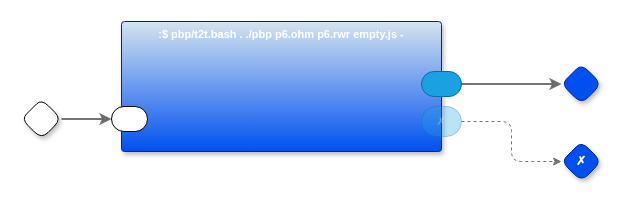
Before: page "To Javascript" (2 of 2) of p6.drawio in guitarvydas/p6, a draw.io diagram. Source tidied: cells renumbered, new cells numbered last; positions are measured from the earlier drawing's top-left corner, leaving out a move shared by most shapes. Both pictures are drawn from the tidied source at 100%, with x=0, y=0 at pixel (21, 21).
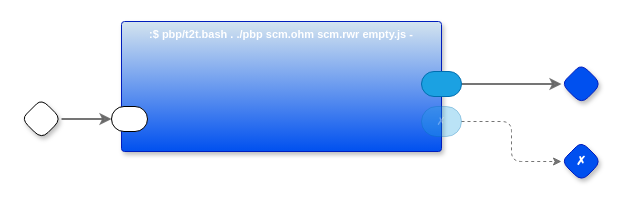
After the change.

What changed in the source:
```diff
@@
 <mxGraphModel>
   <root>
     <mxCell id="0" />
     <mxCell id="1" parent="0" />
     <mxCell id="2" style="edgeStyle=orthogonalEdgeStyle;shape=connector;rounded=1;jumpStyle=arc;jettySize=auto;html=1;exitX=1;exitY=0.5;exitDx=0;exitDy=0;exitPerimeter=0;entryX=0;entryY=0.5;entryDx=0;entryDy=0;entryPerimeter=0;labelBackgroundColor=default;strokeColor=#666666;strokeWidth=2;fontFamily=Helvetica;fontSize=11;fontColor=default;endArrow=classic;fillColor=#f5f5f5;opacity=90;" parent="1" edge="1" source="3" target="9">
       <mxGeometry relative="1" as="geometry" />
     </mxCell>
     <mxCell id="3" style="rhombus;whiteSpace=wrap;html=1;rounded=1;fontStyle=1;glass=0;sketch=0;fontSize=12;points=[[0,0.5,0,0,0],[0.5,0,0,0,0],[0.5,1,0,0,0],[1,0.5,0,0,0]];shadow=1;fontFamily=Helvetica;fontColor=default;" parent="1" vertex="1">
       <mxGeometry y="77.5" width="40" height="40" as="geometry" />
     </mxCell>
     <mxCell id="4" style="rhombus;whiteSpace=wrap;html=1;rounded=1;fillColor=#0050ef;fontColor=#ffffff;strokeColor=#001DBC;fontStyle=1;glass=0;sketch=0;fontSize=12;points=[[0,0.5,0,0,0],[0.5,0,0,0,0],[0.5,1,0,0,0],[1,0.5,0,0,0]];shadow=1;fontFamily=Helvetica;" parent="1" vertex="1">
       <mxGeometry x="540" y="42.5" width="40" height="40" as="geometry" />
     </mxCell>
     <mxCell id="5" style="edgeStyle=orthogonalEdgeStyle;shape=connector;rounded=1;jumpStyle=arc;jettySize=auto;html=1;exitX=1;exitY=0.5;exitDx=0;exitDy=0;exitPerimeter=0;entryX=0;entryY=0.5;entryDx=0;entryDy=0;entryPerimeter=0;labelBackgroundColor=default;strokeColor=#666666;strokeWidth=2;fontFamily=Helvetica;fontSize=11;fontColor=default;endArrow=classic;fillColor=#f5f5f5;opacity=90;" parent="1" edge="1" source="10" target="4">
       <mxGeometry relative="1" as="geometry" />
     </mxCell>
     <mxCell id="6" value="✗" style="rhombus;whiteSpace=wrap;html=1;rounded=1;fillColor=#0050ef;fontColor=#ffffff;strokeColor=#001DBC;fontStyle=1;glass=0;sketch=0;fontSize=12;points=[[0,0.5,0,0,0],[0.5,0,0,0,0],[0.5,1,0,0,0],[1,0.5,0,0,0]];shadow=1;fontFamily=Helvetica;" parent="1" vertex="1">
       <mxGeometry x="540" y="120" width="40" height="40" as="geometry" />
     </mxCell>
     <mxCell id="7" style="edgeStyle=orthogonalEdgeStyle;shape=connector;rounded=1;jumpStyle=arc;jettySize=auto;html=1;exitX=1;exitY=0.5;exitDx=0;exitDy=0;exitPerimeter=0;entryX=0;entryY=0.5;entryDx=0;entryDy=0;entryPerimeter=0;labelBackgroundColor=default;strokeColor=#666666;strokeWidth=1;fontFamily=Helvetica;fontSize=11;fontColor=default;endArrow=classic;fillColor=#f5f5f5;opacity=90;dashed=1;" parent="1" edge="1" source="11" target="6">
       <mxGeometry relative="1" as="geometry" />
     </mxCell>
-    <mxCell id="8" value=":$ pbp/t2t.bash . ./pbp p6.ohm p6.rwr empty.js -" style="rounded=1;whiteSpace=wrap;html=1;sketch=0;verticalAlign=top;arcSize=6;fontStyle=1;absoluteArcSize=1;shadow=1;strokeColor=#001DBC;fillColor=#D4E4EF;fontColor=#ffffff;fontFamily=Helvetica;fontSize=11;gradientColor=#0050EF;" parent="1" vertex="1">
+    <mxCell id="8" value=":$ pbp/t2t.bash . ./pbp scm.ohm scm.rwr empty.js -" style="rounded=1;whiteSpace=wrap;html=1;sketch=0;verticalAlign=top;arcSize=6;fontStyle=1;absoluteArcSize=1;shadow=1;strokeColor=#001DBC;fillColor=#D4E4EF;fontColor=#ffffff;fontFamily=Helvetica;fontSize=11;gradientColor=#0050EF;" parent="1" vertex="1">
       <mxGeometry x="100" width="320" height="130" as="geometry" />
     </mxCell>
     <mxCell id="9" style="rounded=1;whiteSpace=wrap;html=1;sketch=0;points=[[0,0.5,0,0,0],[1,0.5,0,0,0]];arcSize=50;fontFamily=Helvetica;fontSize=11;fontColor=default;" parent="8" vertex="1">
       <mxGeometry x="-10" y="85" width="36" height="25" as="geometry" />
     </mxCell>
     <mxCell id="10" style="rounded=1;whiteSpace=wrap;html=1;sketch=0;points=[[0,0.5,0,0,0],[1,0.5,0,0,0]];fillColor=#1ba1e2;fontColor=#ffffff;strokeColor=#006EAF;arcSize=50;fontFamily=Helvetica;fontSize=11;" parent="8" vertex="1">
       <mxGeometry x="300" y="50" width="40" height="25" as="geometry" />
     </mxCell>
     <mxCell id="11" value="✗" style="rounded=1;whiteSpace=wrap;html=1;sketch=0;points=[[0,0.5,0,0,0],[1,0.5,0,0,0]];fillColor=#1ba1e2;fontColor=#ffffff;strokeColor=#006EAF;arcSize=50;fontFamily=Helvetica;fontSize=11;opacity=30;textOpacity=30;" parent="8" vertex="1">
       <mxGeometry x="300" y="85" width="40" height="30" as="geometry" />
     </mxCell>
   </root>
 </mxGraphModel>
```
